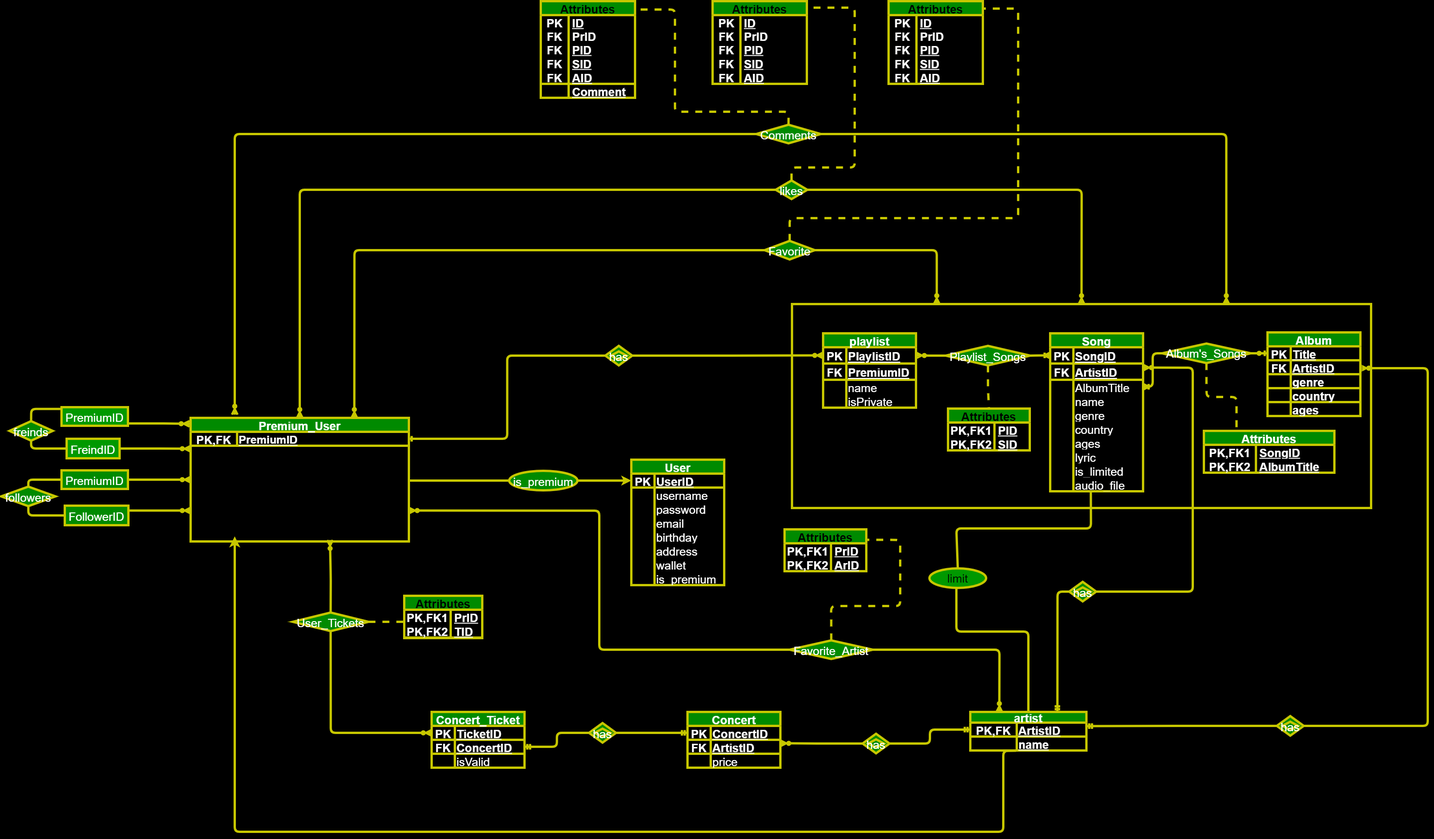
The draw.io diagram ER/ER-diagram-spotify.png in danialmd81/spotify, before a commit. Source tidied: cells renumbered, new cells last; positions are measured from the earlier drawing's top-left corner, leaving out a move shared by most shapes.
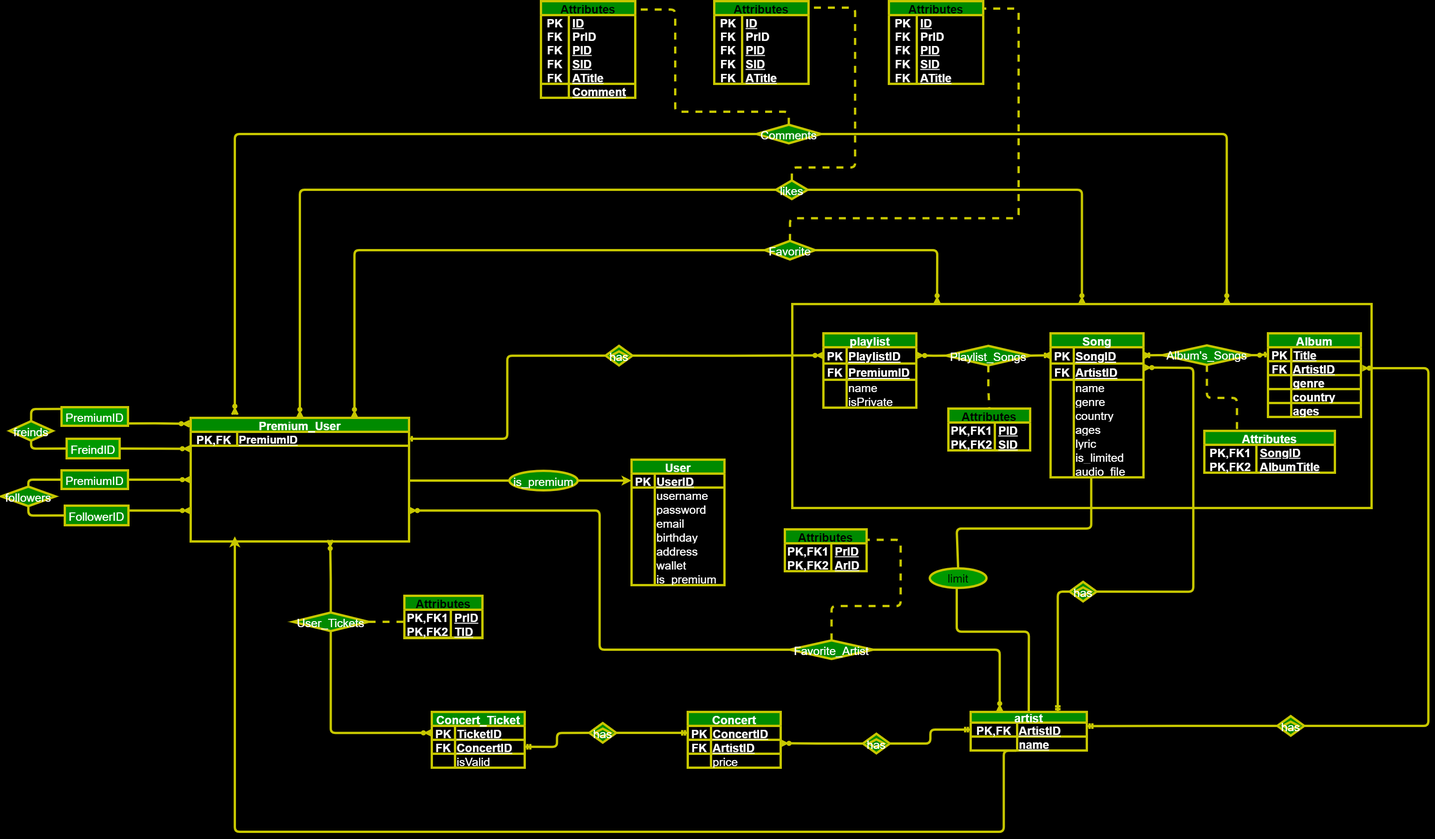
Later version of the same file.

Commit message:
Refactor database schema to include Album_Title in Songs table

The edit, as a diff of the source:
```diff
@@ -164,3 +164,3 @@
     <mxCell id="53" value="Song" style="shape=table;startSize=30;rowLines=0;fontStyle=1;align=center;strokeColor=#C7C700;fontColor=#ffffff;fillColor=#008a00;labelBackgroundColor=none;rounded=0;strokeWidth=5;swimlaneLine=1;fixDash=0;comic=0;enumerate=0;backgroundOutline=0;fontSize=25;labelBorderColor=none;perimeterSpacing=0;swimlaneFillColor=#000000;spacingTop=0;spacingLeft=2;spacingRight=2;" parent="1" vertex="1">
-      <mxGeometry x="2259" y="715" width="200" height="340" as="geometry" />
+      <mxGeometry x="2259" y="715" width="200" height="310" as="geometry" />
     </mxCell>
@@ -184,13 +184,4 @@
     </mxCell>
-    <mxCell id="60" style="shape=tableRow;horizontal=0;startSize=0;swimlaneHead=0;swimlaneBody=0;fillColor=none;top=0;left=0;right=0;bottom=0;strokeColor=#C7C700;fontColor=#FFFFFF;labelBackgroundColor=none;rounded=0;strokeWidth=5;swimlaneLine=1;fixDash=0;comic=0;enumerate=0;backgroundOutline=0;fontSize=25;labelBorderColor=none;perimeterSpacing=0;swimlaneFillColor=#000000;spacingTop=0;spacingLeft=2;spacingRight=2;" parent="53" vertex="1">
-      <mxGeometry y="100" width="200" height="30" as="geometry" />
-    </mxCell>
-    <mxCell id="61" style="shape=partialRectangle;fillColor=none;top=0;left=0;bottom=0;right=0;overflow=hidden;strokeColor=#C7C700;fontColor=#FFFFFF;labelBackgroundColor=none;rounded=0;strokeWidth=5;swimlaneLine=1;fixDash=0;comic=0;enumerate=0;backgroundOutline=0;fontSize=25;labelBorderColor=none;perimeterSpacing=0;swimlaneFillColor=#000000;spacingTop=0;spacingLeft=2;spacingRight=2;" parent="60" vertex="1">
-      <mxGeometry width="50" height="30" as="geometry" />
-    </mxCell>
-    <mxCell id="62" value="AlbumTitle" style="shape=partialRectangle;fillColor=none;top=0;left=0;bottom=0;right=0;align=left;spacingLeft=2;overflow=hidden;strokeColor=#C7C700;fontColor=#FFFFFF;labelBackgroundColor=none;rounded=0;strokeWidth=5;swimlaneLine=1;fixDash=0;snapToPoint=0;comic=0;enumerate=0;backgroundOutline=0;fontSize=25;labelBorderColor=none;perimeterSpacing=0;swimlaneFillColor=#000000;spacingTop=0;spacingRight=2;fontStyle=0;" parent="60" vertex="1">
-      <mxGeometry x="50" width="150" height="30" as="geometry" />
-    </mxCell>
     <mxCell id="63" style="shape=tableRow;horizontal=0;startSize=0;swimlaneHead=0;swimlaneBody=0;fillColor=none;top=0;left=0;right=0;bottom=0;strokeColor=#C7C700;fontColor=#FFFFFF;labelBackgroundColor=none;rounded=0;strokeWidth=5;swimlaneLine=1;fixDash=0;comic=0;enumerate=0;backgroundOutline=0;fontSize=25;labelBorderColor=none;perimeterSpacing=0;swimlaneFillColor=#000000;spacingTop=0;spacingLeft=2;spacingRight=2;" parent="53" vertex="1">
-      <mxGeometry y="130" width="200" height="30" as="geometry" />
+      <mxGeometry y="100" width="200" height="30" as="geometry" />
     </mxCell>
@@ -203,3 +194,3 @@
     <mxCell id="66" style="shape=tableRow;horizontal=0;startSize=0;swimlaneHead=0;swimlaneBody=0;fillColor=none;top=0;left=0;right=0;bottom=0;strokeColor=#C7C700;fontColor=#FFFFFF;labelBackgroundColor=none;rounded=0;strokeWidth=5;swimlaneLine=1;fixDash=0;comic=0;enumerate=0;backgroundOutline=0;fontSize=25;labelBorderColor=none;perimeterSpacing=0;swimlaneFillColor=#000000;spacingTop=0;spacingLeft=2;spacingRight=2;" parent="53" vertex="1">
-      <mxGeometry y="160" width="200" height="30" as="geometry" />
+      <mxGeometry y="130" width="200" height="30" as="geometry" />
     </mxCell>
@@ -212,3 +203,3 @@
     <mxCell id="69" style="shape=tableRow;horizontal=0;startSize=0;swimlaneHead=0;swimlaneBody=0;fillColor=none;top=0;left=0;right=0;bottom=0;strokeColor=#C7C700;fontColor=#FFFFFF;labelBackgroundColor=none;rounded=0;strokeWidth=5;swimlaneLine=1;fixDash=0;comic=0;enumerate=0;backgroundOutline=0;fontSize=25;labelBorderColor=none;perimeterSpacing=0;swimlaneFillColor=#000000;spacingTop=0;spacingLeft=2;spacingRight=2;" parent="53" vertex="1">
-      <mxGeometry y="190" width="200" height="30" as="geometry" />
+      <mxGeometry y="160" width="200" height="30" as="geometry" />
     </mxCell>
@@ -221,3 +212,3 @@
     <mxCell id="72" style="shape=tableRow;horizontal=0;startSize=0;swimlaneHead=0;swimlaneBody=0;fillColor=none;top=0;left=0;right=0;bottom=0;strokeColor=#C7C700;fontColor=#FFFFFF;labelBackgroundColor=none;rounded=0;strokeWidth=5;swimlaneLine=1;fixDash=0;comic=0;enumerate=0;backgroundOutline=0;fontSize=25;labelBorderColor=none;perimeterSpacing=0;swimlaneFillColor=#000000;spacingTop=0;spacingLeft=2;spacingRight=2;" parent="53" vertex="1">
-      <mxGeometry y="220" width="200" height="30" as="geometry" />
+      <mxGeometry y="190" width="200" height="30" as="geometry" />
     </mxCell>
@@ -230,3 +221,3 @@
     <mxCell id="75" style="shape=tableRow;horizontal=0;startSize=0;swimlaneHead=0;swimlaneBody=0;fillColor=none;top=0;left=0;right=0;bottom=0;strokeColor=#C7C700;fontColor=#FFFFFF;labelBackgroundColor=none;rounded=0;strokeWidth=5;swimlaneLine=1;fixDash=0;comic=0;enumerate=0;backgroundOutline=0;fontSize=25;labelBorderColor=none;perimeterSpacing=0;swimlaneFillColor=#000000;spacingTop=0;spacingLeft=2;spacingRight=2;" parent="53" vertex="1">
-      <mxGeometry y="250" width="200" height="30" as="geometry" />
+      <mxGeometry y="220" width="200" height="30" as="geometry" />
     </mxCell>
@@ -239,3 +230,3 @@
     <mxCell id="78" style="shape=tableRow;horizontal=0;startSize=0;swimlaneHead=0;swimlaneBody=0;fillColor=none;top=0;left=0;right=0;bottom=0;strokeColor=#C7C700;fontColor=#FFFFFF;labelBackgroundColor=none;rounded=0;strokeWidth=5;swimlaneLine=1;fixDash=0;comic=0;enumerate=0;backgroundOutline=0;fontSize=25;labelBorderColor=none;perimeterSpacing=0;swimlaneFillColor=#000000;spacingTop=0;spacingLeft=2;spacingRight=2;" parent="53" vertex="1">
-      <mxGeometry y="280" width="200" height="30" as="geometry" />
+      <mxGeometry y="250" width="200" height="30" as="geometry" />
     </mxCell>
@@ -248,3 +239,3 @@
     <mxCell id="81" style="shape=tableRow;horizontal=0;startSize=0;swimlaneHead=0;swimlaneBody=0;fillColor=none;top=0;left=0;right=0;bottom=0;strokeColor=#C7C700;fontColor=#FFFFFF;labelBackgroundColor=none;rounded=0;strokeWidth=5;swimlaneLine=1;fixDash=0;comic=0;enumerate=0;backgroundOutline=0;fontSize=25;labelBorderColor=none;perimeterSpacing=0;swimlaneFillColor=#000000;spacingTop=0;spacingLeft=2;spacingRight=2;" parent="53" vertex="1">
-      <mxGeometry y="310" width="200" height="30" as="geometry" />
+      <mxGeometry y="280" width="200" height="30" as="geometry" />
     </mxCell>
@@ -486,3 +477,3 @@
     </mxCell>
-    <mxCell id="143" style="edgeStyle=orthogonalEdgeStyle;shape=connector;exitX=0;exitY=0.5;exitDx=0;exitDy=0;labelBackgroundColor=none;strokeColor=#C7C700;fontFamily=Helvetica;fontSize=25;fontColor=#FFFFFF;startArrow=none;startFill=0;endArrow=ERoneToMany;endFill=0;fillColor=#A8DADC;entryX=1;entryY=0.5;entryDx=0;entryDy=0;strokeWidth=5;swimlaneLine=1;fixDash=0;snapToPoint=0;comic=0;enumerate=0;backgroundOutline=0;labelBorderColor=none;rounded=1;spacingTop=0;spacingLeft=2;spacingRight=2;" parent="1" edge="1" source="254" target="62">
+    <mxCell id="143" style="edgeStyle=orthogonalEdgeStyle;shape=connector;exitX=0;exitY=0.5;exitDx=0;exitDy=0;labelBackgroundColor=none;strokeColor=#C7C700;fontFamily=Helvetica;fontSize=25;fontColor=#FFFFFF;startArrow=none;startFill=0;endArrow=ERoneToMany;endFill=0;fillColor=#A8DADC;entryX=1;entryY=0.5;entryDx=0;entryDy=0;strokeWidth=5;swimlaneLine=1;fixDash=0;snapToPoint=0;comic=0;enumerate=0;backgroundOutline=0;labelBorderColor=none;rounded=1;spacingTop=0;spacingLeft=2;spacingRight=2;" parent="1" edge="1" source="254" target="56">
       <mxGeometry relative="1" as="geometry" />
@@ -544,3 +535,3 @@
     <mxCell id="162" value="Album" style="shape=table;startSize=30;rowLines=0;fontStyle=1;align=center;labelBackgroundColor=none;shadow=1;rounded=0;fillColor=#008a00;fontColor=#ffffff;strokeColor=#C7C700;strokeWidth=5;swimlaneLine=1;fixDash=0;comic=0;enumerate=0;backgroundOutline=0;fontSize=25;labelBorderColor=none;perimeterSpacing=0;swimlaneFillColor=#000000;spacingTop=0;spacingLeft=2;spacingRight=2;" parent="1" vertex="1">
-      <mxGeometry x="2727" y="713" width="200" height="180" as="geometry" />
+      <mxGeometry x="2727" y="715" width="200" height="180" as="geometry" />
     </mxCell>
@@ -692,3 +683,3 @@
     </mxCell>
-    <mxCell id="210" value="AID" style="shape=partialRectangle;fillColor=none;top=0;left=0;bottom=0;right=0;align=left;spacingLeft=6;fontStyle=5;overflow=hidden;rounded=0;labelBackgroundColor=none;labelBorderColor=none;comic=0;strokeColor=#C7C700;strokeWidth=5;fontFamily=Helvetica;fontSize=25;fontColor=#FFFFFF;startSize=30;verticalAlign=middle;" parent="208" vertex="1">
+    <mxCell id="210" value="ATitle" style="shape=partialRectangle;fillColor=none;top=0;left=0;bottom=0;right=0;align=left;spacingLeft=6;fontStyle=5;overflow=hidden;rounded=0;labelBackgroundColor=none;labelBorderColor=none;comic=0;strokeColor=#C7C700;strokeWidth=5;fontFamily=Helvetica;fontSize=25;fontColor=#FFFFFF;startSize=30;verticalAlign=middle;" parent="208" vertex="1">
       <mxGeometry x="60" width="143" height="30" as="geometry" />
@@ -705,3 +696,3 @@
     <mxCell id="214" value="Attributes" style="shape=table;startSize=30;rowLines=0;fontStyle=1;align=center;rounded=0;labelBackgroundColor=none;labelBorderColor=none;comic=0;strokeColor=#C7C700;strokeWidth=5;fontFamily=Helvetica;fontSize=25;fontColor=default;fillColor=#008a00;" parent="1" vertex="1">
-      <mxGeometry x="1532" width="203" height="178" as="geometry" />
+      <mxGeometry x="1535" width="203" height="178" as="geometry" />
     </mxCell>
@@ -749,3 +740,3 @@
     </mxCell>
-    <mxCell id="229" value="AID" style="shape=partialRectangle;fillColor=none;top=0;left=0;bottom=0;right=0;align=left;spacingLeft=6;fontStyle=5;overflow=hidden;rounded=0;labelBackgroundColor=none;labelBorderColor=none;comic=0;strokeColor=#C7C700;strokeWidth=5;fontFamily=Helvetica;fontSize=25;fontColor=#FFFFFF;startSize=30;verticalAlign=middle;" parent="227" vertex="1">
+    <mxCell id="229" value="ATitle" style="shape=partialRectangle;fillColor=none;top=0;left=0;bottom=0;right=0;align=left;spacingLeft=6;fontStyle=5;overflow=hidden;rounded=0;labelBackgroundColor=none;labelBorderColor=none;comic=0;strokeColor=#C7C700;strokeWidth=5;fontFamily=Helvetica;fontSize=25;fontColor=#FFFFFF;startSize=30;verticalAlign=middle;" parent="227" vertex="1">
       <mxGeometry x="60" width="143" height="30" as="geometry" />
@@ -797,3 +788,3 @@
     </mxCell>
-    <mxCell id="245" value="AID" style="shape=partialRectangle;fillColor=none;top=0;left=0;bottom=0;right=0;align=left;spacingLeft=6;fontStyle=5;overflow=hidden;rounded=0;labelBackgroundColor=none;labelBorderColor=none;comic=0;strokeColor=#C7C700;strokeWidth=5;fontFamily=Helvetica;fontSize=25;fontColor=#FFFFFF;startSize=30;verticalAlign=middle;" parent="243" vertex="1">
+    <mxCell id="245" value="ATitle" style="shape=partialRectangle;fillColor=none;top=0;left=0;bottom=0;right=0;align=left;spacingLeft=6;fontStyle=5;overflow=hidden;rounded=0;labelBackgroundColor=none;labelBorderColor=none;comic=0;strokeColor=#C7C700;strokeWidth=5;fontFamily=Helvetica;fontSize=25;fontColor=#FFFFFF;startSize=30;verticalAlign=middle;" parent="243" vertex="1">
       <mxGeometry x="60" width="143" height="30" as="geometry" />
@@ -825,3 +816,3 @@
     <mxCell id="254" value="Album's_Songs" style="shape=rhombus;perimeter=rhombusPerimeter;whiteSpace=wrap;html=1;align=center;rounded=0;labelBackgroundColor=none;labelBorderColor=none;comic=0;strokeColor=#C7C700;strokeWidth=5;fontFamily=Helvetica;fontSize=25;fontColor=#FFFFFF;fillColor=#008a00;gradientColor=none;" parent="1" vertex="1">
-      <mxGeometry x="2500" y="737" width="191" height="42" as="geometry" />
+      <mxGeometry x="2500" y="741" width="191" height="42" as="geometry" />
     </mxCell>
```
